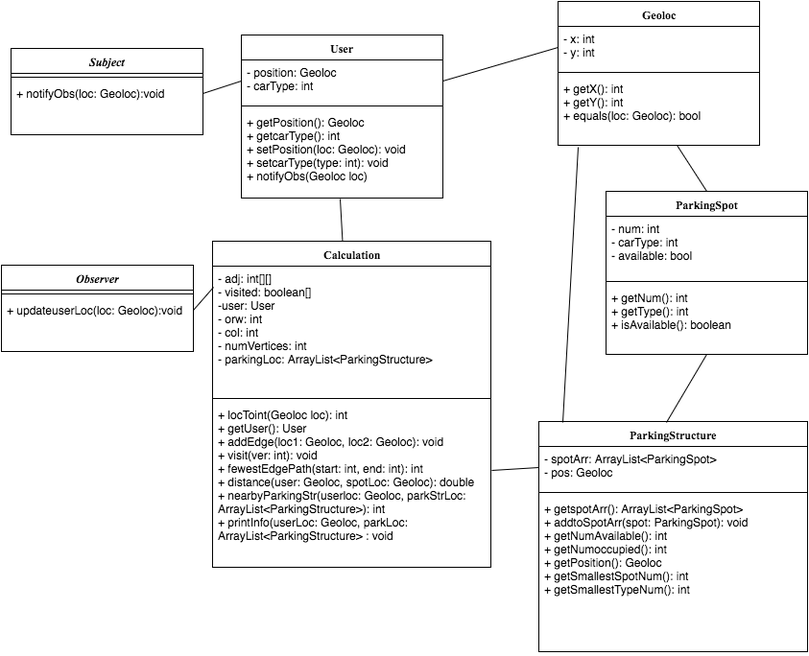
This is imagefiles/ObserverPattern.png from cpe305/fall2016-project-wenmin518, a draw.io export, as it was before one commit. Source tidied: cells renumbered, new cells last; positions are measured from the earlier drawing's top-left corner, leaving out a move shared by most shapes.
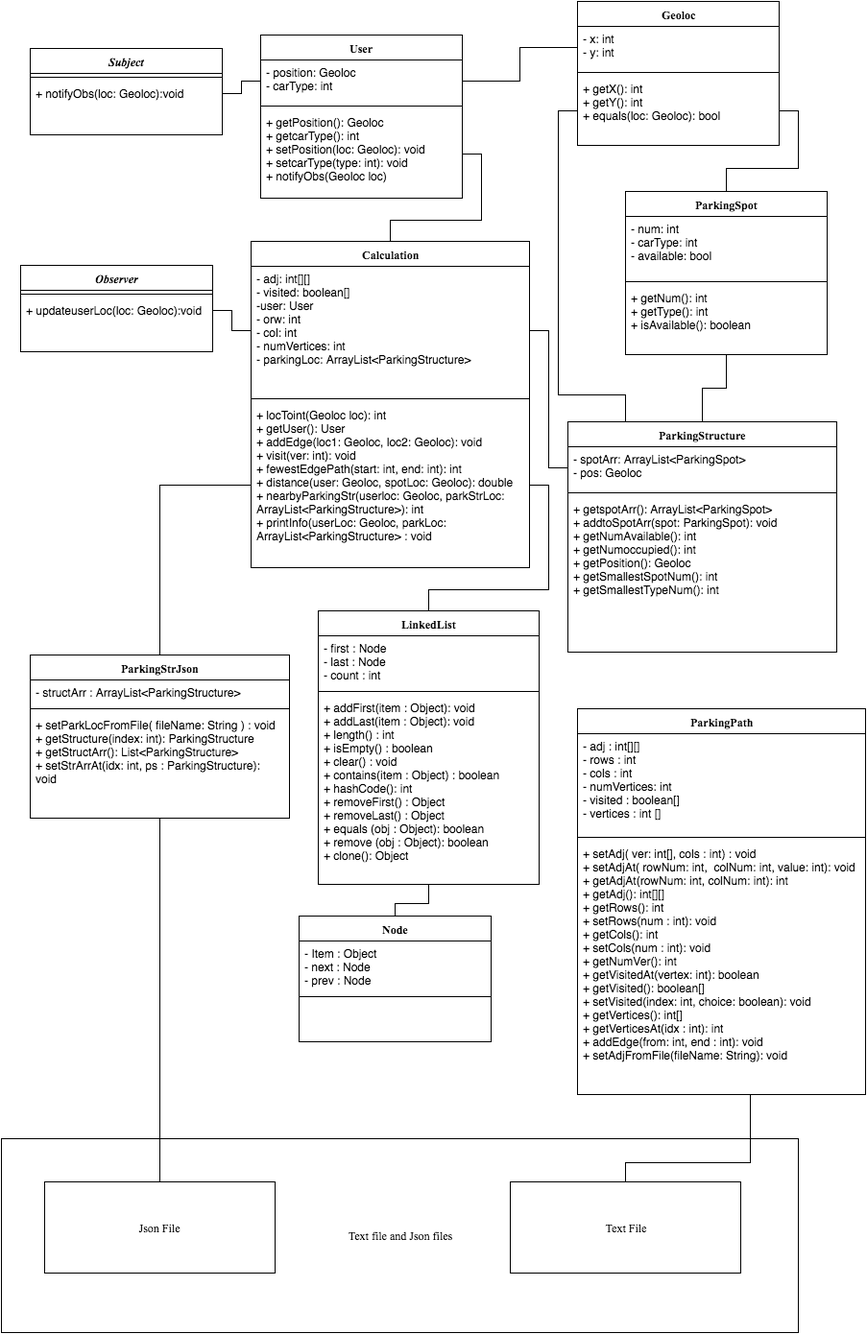
The same file after the commit.

Diff of the diagram source:
```diff
@@ -1,7 +1,10 @@
-<mxGraphModel background="#ffffff">
+<mxGraphModel>
   <root>
     <mxCell id="0" />
     <mxCell id="1" parent="0" />
+    <mxCell id="36" value="Text file and Json files" style="whiteSpace=wrap;html=1;rounded=0;shadow=0;fontFamily=Times New Roman;" parent="1" vertex="1">
+      <mxGeometry x="-20" y="1185" width="830" height="202" as="geometry" />
+    </mxCell>
     <mxCell id="2" value="&lt;i&gt;Subject&lt;/i&gt;" style="swimlane;html=1;fontStyle=1;align=center;verticalAlign=top;horizontal=1;startSize=26;swimlaneFillColor=#ffffff;rounded=0;shadow=0;strokeColor=#000000;fillColor=#ffffff;fontFamily=Times New Roman;" parent="1" vertex="1">
       <mxGeometry x="10" y="49" width="200" height="90" as="geometry" />
     </mxCell>
@@ -23,9 +26,6 @@
     <mxCell id="8" value="+ getPosition(): Geoloc&lt;div&gt;+ getcarType(): int&lt;/div&gt;&lt;div&gt;+ setPosition(loc: Geoloc): void&lt;/div&gt;&lt;div&gt;+ setcarType(type: int): void&lt;/div&gt;&lt;div&gt;&lt;span&gt;+ notifyObs(Geoloc &lt;/span&gt;&lt;span&gt;loc&lt;/span&gt;&lt;span&gt;)&lt;/span&gt;&lt;/div&gt;" style="text;html=1;strokeColor=none;fillColor=none;align=left;verticalAlign=top;spacingLeft=4;spacingRight=4;whiteSpace=wrap;overflow=hidden;points=[[0,0.5],[1,0.5]];portConstraint=eastwest;" parent="5" vertex="1">
       <mxGeometry y="78" width="210" height="92" as="geometry" />
     </mxCell>
-    <mxCell id="9" style="endArrow=none;html=1;fontFamily=Times New Roman;exitX=1;exitY=0.5;endFill=0;entryX=0;entryY=0.5;" parent="1" edge="1" source="4" target="6">
-      <mxGeometry relative="1" as="geometry" />
-    </mxCell>
     <mxCell id="10" value="&lt;i&gt;Observer&lt;/i&gt;" style="swimlane;html=1;fontStyle=1;align=center;verticalAlign=top;horizontal=1;startSize=26;swimlaneFillColor=#ffffff;rounded=0;shadow=0;strokeColor=#000000;fillColor=#ffffff;fontFamily=Times New Roman;" parent="1" vertex="1">
       <mxGeometry y="275" width="200" height="90" as="geometry" />
     </mxCell>
@@ -36,7 +36,7 @@
       <mxGeometry y="34" width="200" height="26" as="geometry" />
     </mxCell>
     <mxCell id="13" value="Calculation" style="swimlane;html=1;fontStyle=1;align=center;verticalAlign=top;horizontal=1;startSize=26;swimlaneFillColor=#ffffff;rounded=0;shadow=0;strokeColor=#000000;fillColor=#ffffff;fontFamily=Times New Roman;" parent="1" vertex="1">
-      <mxGeometry x="220" y="250" width="290" height="340" as="geometry" />
+      <mxGeometry x="240" y="250" width="290" height="340" as="geometry" />
     </mxCell>
     <mxCell id="14" value="- adj: int[][]&lt;div&gt;- visited: boolean[]&lt;/div&gt;&lt;div&gt;-user: User&lt;/div&gt;&lt;div&gt;- orw: int&lt;/div&gt;&lt;div&gt;- col: int&lt;/div&gt;&lt;div&gt;- numVertices: int&lt;/div&gt;&lt;div&gt;- parkingLoc: ArrayList&amp;lt;ParkingStructure&amp;gt;&lt;/div&gt;" style="text;html=1;strokeColor=none;fillColor=none;align=left;verticalAlign=top;spacingLeft=4;spacingRight=4;whiteSpace=wrap;overflow=hidden;points=[[0,0.5],[1,0.5]];portConstraint=eastwest;" parent="13" vertex="1">
       <mxGeometry y="26" width="290" height="134" as="geometry" />
@@ -47,9 +47,6 @@
     <mxCell id="16" value="+ locToint(Geoloc loc): int&lt;div&gt;+ getUser(): User&lt;/div&gt;&lt;div&gt;+ addEdge(loc1: Geoloc, loc2: Geoloc): void&lt;/div&gt;&lt;div&gt;+ visit(ver: int): void&lt;/div&gt;&lt;div&gt;+ fewestEdgePath(start: int, end: int): int&lt;/div&gt;&lt;div&gt;+ distance(user: Geoloc, spotLoc: Geoloc): double&lt;/div&gt;&lt;div&gt;+ nearbyParkingStr(userloc: Geoloc, parkStrLoc: ArrayList&amp;lt;ParkingStructure&amp;gt;): int&lt;/div&gt;&lt;div&gt;+ printInfo(userLoc: Geoloc, parkLoc: ArrayList&amp;lt;ParkingStructure&amp;gt; : void&lt;/div&gt;" style="text;html=1;strokeColor=none;fillColor=none;align=left;verticalAlign=top;spacingLeft=4;spacingRight=4;whiteSpace=wrap;overflow=hidden;points=[[0,0.5],[1,0.5]];portConstraint=eastwest;" parent="13" vertex="1">
       <mxGeometry y="168" width="290" height="172" as="geometry" />
     </mxCell>
-    <mxCell id="17" style="endArrow=none;html=1;fontFamily=Times New Roman;exitX=1;exitY=0.5;endFill=0;entryX=0.003;entryY=0.164;entryPerimeter=0;" parent="1" edge="1" source="12" target="14">
-      <mxGeometry x="230" y="207" as="geometry" />
-    </mxCell>
     <mxCell id="18" value="Geoloc" style="swimlane;html=1;fontStyle=1;align=center;verticalAlign=top;horizontal=1;startSize=26;swimlaneFillColor=#ffffff;rounded=0;shadow=0;strokeColor=#000000;fillColor=#ffffff;fontFamily=Times New Roman;" parent="1" vertex="1">
       <mxGeometry x="580" width="210" height="150" as="geometry" />
     </mxCell>
@@ -62,6 +59,9 @@
     <mxCell id="21" value="+ getX(): int&lt;div&gt;+ getY(): int&lt;/div&gt;&lt;div&gt;+ equals(loc: Geoloc): bool&lt;/div&gt;" style="text;html=1;strokeColor=none;fillColor=none;align=left;verticalAlign=top;spacingLeft=4;spacingRight=4;whiteSpace=wrap;overflow=hidden;points=[[0,0.5],[1,0.5]];portConstraint=eastwest;" parent="18" vertex="1">
       <mxGeometry y="78" width="210" height="72" as="geometry" />
     </mxCell>
+    <mxCell id="37" style="edgeStyle=orthogonalEdgeStyle;rounded=0;html=1;exitX=0.5;exitY=1;entryX=0.5;entryY=0;startArrow=none;startFill=0;endArrow=none;endFill=0;jettySize=auto;fontFamily=Times New Roman;" parent="1" edge="1" source="22" target="26">
+      <mxGeometry relative="1" as="geometry" />
+    </mxCell>
     <mxCell id="22" value="ParkingSpot" style="swimlane;html=1;fontStyle=1;align=center;verticalAlign=top;horizontal=1;startSize=26;swimlaneFillColor=#ffffff;rounded=0;shadow=0;strokeColor=#000000;fillColor=#ffffff;fontFamily=Times New Roman;" parent="1" vertex="1">
       <mxGeometry x="630" y="198" width="210" height="170" as="geometry" />
     </mxCell>
@@ -75,7 +75,7 @@
       <mxGeometry y="98" width="210" height="62" as="geometry" />
     </mxCell>
     <mxCell id="26" value="ParkingStructure" style="swimlane;html=1;fontStyle=1;align=center;verticalAlign=top;horizontal=1;startSize=26;swimlaneFillColor=#ffffff;rounded=0;shadow=0;strokeColor=#000000;fillColor=#ffffff;fontFamily=Times New Roman;" parent="1" vertex="1">
-      <mxGeometry x="560" y="438" width="280" height="240" as="geometry" />
+      <mxGeometry x="570" y="438" width="280" height="240" as="geometry" />
     </mxCell>
     <mxCell id="27" value="- spotArr: ArrayList&amp;lt;ParkingSpot&amp;gt;&lt;div&gt;- pos: Geoloc&lt;/div&gt;" style="text;html=1;strokeColor=none;fillColor=none;align=left;verticalAlign=top;spacingLeft=4;spacingRight=4;whiteSpace=wrap;overflow=hidden;points=[[0,0.5],[1,0.5]];portConstraint=eastwest;" parent="26" vertex="1">
       <mxGeometry y="26" width="280" height="44" as="geometry" />
@@ -86,23 +86,103 @@
     <mxCell id="29" value="+ getspotArr(): ArrayList&amp;lt;ParkingSpot&amp;gt;&lt;div&gt;+ addtoSpotArr(spot: ParkingSpot): void&lt;/div&gt;&lt;div&gt;+ getNumAvailable(): int&lt;/div&gt;&lt;div&gt;+ getNumoccupied(): int&lt;/div&gt;&lt;div&gt;+ getPosition(): Geoloc&lt;/div&gt;&lt;div&gt;+ getSmallestSpotNum(): int&lt;/div&gt;&lt;div&gt;+&amp;nbsp;&lt;span&gt;getSmallestTypeNum(): int&lt;/span&gt;&lt;/div&gt;" style="text;html=1;strokeColor=none;fillColor=none;align=left;verticalAlign=top;spacingLeft=4;spacingRight=4;whiteSpace=wrap;overflow=hidden;" parent="26" vertex="1">
       <mxGeometry y="78" width="280" height="162" as="geometry" />
     </mxCell>
+    <mxCell id="38" style="edgeStyle=orthogonalEdgeStyle;rounded=0;html=1;exitX=0.5;exitY=1;entryX=0.5;entryY=0;startArrow=none;startFill=0;endArrow=none;endFill=0;jettySize=auto;fontFamily=Times New Roman;" parent="1" edge="1" source="39" target="56">
+      <mxGeometry relative="1" as="geometry" />
+    </mxCell>
+    <mxCell id="39" value="ParkingStrJson" style="swimlane;html=1;fontStyle=1;align=center;verticalAlign=top;horizontal=1;startSize=26;swimlaneFillColor=#ffffff;rounded=0;shadow=0;fontFamily=Times New Roman;" parent="1" vertex="1">
+      <mxGeometry x="10" y="681" width="270" height="170" as="geometry" />
+    </mxCell>
+    <mxCell id="40" value="- structArr : ArrayList&amp;lt;ParkingStructure&amp;gt;" style="text;html=1;strokeColor=none;fillColor=none;align=left;verticalAlign=top;spacingLeft=4;spacingRight=4;whiteSpace=wrap;overflow=hidden;" parent="39" vertex="1">
+      <mxGeometry y="26" width="270" height="26" as="geometry" />
+    </mxCell>
+    <mxCell id="41" style="line;html=1;strokeWidth=1;fillColor=none;align=left;verticalAlign=middle;spacingTop=-1;spacingLeft=3;spacingRight=3;labelPosition=right;" parent="39" vertex="1">
+      <mxGeometry y="52" width="270" height="8" as="geometry" />
+    </mxCell>
+    <mxCell id="42" value="+ setParkLocFromFile( fileName: String ) : void&lt;div&gt;+ getStructure(index: int): ParkingStructure&lt;/div&gt;&lt;div&gt;+ getStructArr(): List&amp;lt;ParkingStructure&amp;gt;&lt;/div&gt;&lt;div&gt;+ setStrArrAt(idx: int, ps : ParkingStructure): void&lt;/div&gt;" style="text;html=1;strokeColor=none;fillColor=none;align=left;verticalAlign=top;spacingLeft=4;spacingRight=4;whiteSpace=wrap;overflow=hidden;" parent="39" vertex="1">
+      <mxGeometry y="60" width="270" height="90" as="geometry" />
+    </mxCell>
+    <mxCell id="43" style="edgeStyle=orthogonalEdgeStyle;rounded=0;html=1;exitX=0.5;exitY=1;entryX=0.5;entryY=0;startArrow=none;startFill=0;endArrow=none;endFill=0;jettySize=auto;fontFamily=Times New Roman;" parent="1" edge="1" source="44" target="48">
+      <mxGeometry relative="1" as="geometry" />
+    </mxCell>
+    <mxCell id="44" value="LinkedList" style="swimlane;html=1;fontStyle=1;align=center;verticalAlign=top;horizontal=1;startSize=26;swimlaneFillColor=#ffffff;rounded=0;shadow=0;fontFamily=Times New Roman;" parent="1" vertex="1">
+      <mxGeometry x="310" y="635" width="230" height="285" as="geometry" />
+    </mxCell>
+    <mxCell id="45" value="- first : Node&lt;div&gt;- last : Node&lt;/div&gt;&lt;div&gt;- count : int&lt;/div&gt;" style="text;html=1;strokeColor=none;fillColor=none;align=left;verticalAlign=top;spacingLeft=4;spacingRight=4;whiteSpace=wrap;overflow=hidden;" parent="44" vertex="1">
+      <mxGeometry y="26" width="230" height="54" as="geometry" />
+    </mxCell>
+    <mxCell id="46" style="line;html=1;strokeWidth=1;fillColor=none;align=left;verticalAlign=middle;spacingTop=-1;spacingLeft=3;spacingRight=3;labelPosition=right;" parent="44" vertex="1">
+      <mxGeometry y="80" width="230" height="8" as="geometry" />
+    </mxCell>
+    <mxCell id="47" value="+ addFirst(item : Object): void&lt;div&gt;+ addLast(item : Object): void&lt;/div&gt;&lt;div&gt;+ length() : int&lt;/div&gt;&lt;div&gt;+ isEmpty() : boolean&lt;/div&gt;&lt;div&gt;+ clear() : void&lt;/div&gt;&lt;div&gt;+ contains(item : Object) : boolean&lt;/div&gt;&lt;div&gt;+ hashCode(): int&lt;/div&gt;&lt;div&gt;+ removeFirst() : Object&lt;/div&gt;&lt;div&gt;+ removeLast() : Object&lt;/div&gt;&lt;div&gt;+ equals (obj : Object): boolean&lt;/div&gt;&lt;div&gt;+ remove (obj : Object): boolean&lt;/div&gt;&lt;div&gt;+ clone(): Object&lt;/div&gt;" style="text;html=1;strokeColor=none;fillColor=none;align=left;verticalAlign=top;spacingLeft=4;spacingRight=4;whiteSpace=wrap;overflow=hidden;" parent="44" vertex="1">
+      <mxGeometry y="88" width="230" height="182" as="geometry" />
+    </mxCell>
+    <mxCell id="48" value="Node" style="swimlane;html=1;fontStyle=1;align=center;verticalAlign=top;horizontal=1;startSize=26;swimlaneFillColor=#ffffff;rounded=0;shadow=0;fontFamily=Times New Roman;" parent="1" vertex="1">
+      <mxGeometry x="290" y="953" width="200" height="131" as="geometry" />
+    </mxCell>
+    <mxCell id="49" value="- Item : Object&lt;div&gt;- next : Node&lt;/div&gt;&lt;div&gt;- prev : Node&lt;/div&gt;" style="text;html=1;strokeColor=none;fillColor=none;align=left;verticalAlign=top;spacingLeft=4;spacingRight=4;whiteSpace=wrap;overflow=hidden;" parent="48" vertex="1">
+      <mxGeometry y="26" width="200" height="54" as="geometry" />
+    </mxCell>
+    <mxCell id="50" style="line;html=1;strokeWidth=1;fillColor=none;align=left;verticalAlign=middle;spacingTop=-1;spacingLeft=3;spacingRight=3;labelPosition=right;" parent="48" vertex="1">
+      <mxGeometry y="80" width="200" height="8" as="geometry" />
+    </mxCell>
+    <mxCell id="51" style="edgeStyle=orthogonalEdgeStyle;rounded=0;html=1;exitX=0;exitY=0.5;entryX=0.5;entryY=0;startArrow=none;startFill=0;endArrow=none;endFill=0;jettySize=auto;fontFamily=Times New Roman;" parent="1" edge="1" source="16" target="39">
+      <mxGeometry relative="1" as="geometry" />
+    </mxCell>
+    <mxCell id="52" style="edgeStyle=orthogonalEdgeStyle;rounded=0;html=1;exitX=1;exitY=0.5;entryX=0.5;entryY=0;startArrow=none;startFill=0;endArrow=none;endFill=0;jettySize=auto;fontFamily=Times New Roman;" parent="1" edge="1" source="16" target="44">
+      <mxGeometry relative="1" as="geometry" />
+    </mxCell>
+    <mxCell id="53" style="edgeStyle=orthogonalEdgeStyle;rounded=0;html=1;exitX=1;exitY=0.5;entryX=0;entryY=0.5;startArrow=none;startFill=0;endArrow=none;endFill=0;jettySize=auto;fontFamily=Times New Roman;" parent="1" edge="1" source="14" target="27">
+      <mxGeometry relative="1" as="geometry" />
+    </mxCell>
+    <mxCell id="54" style="edgeStyle=orthogonalEdgeStyle;rounded=0;html=1;exitX=0;exitY=0.5;entryX=0.25;entryY=0;startArrow=none;startFill=0;endArrow=none;endFill=0;jettySize=auto;fontFamily=Times New Roman;" parent="1" edge="1" source="21" target="26">
+      <mxGeometry relative="1" as="geometry">
+        <Array as="points">
+          <mxPoint x="560" y="114" />
+          <mxPoint x="560" y="410" />
+          <mxPoint x="630" y="410" />
+        </Array>
+      </mxGeometry>
+    </mxCell>
+    <mxCell id="55" style="edgeStyle=orthogonalEdgeStyle;rounded=0;html=1;exitX=1;exitY=0.5;startArrow=none;startFill=0;endArrow=none;endFill=0;jettySize=auto;fontFamily=Times New Roman;" parent="1" edge="1" source="21" target="22">
+      <mxGeometry relative="1" as="geometry" />
+    </mxCell>
-    <mxCell id="30" style="endArrow=none;html=1;fontFamily=Times New Roman;exitX=1;exitY=0.5;endFill=0;entryX=0;entryY=0.5;" parent="1" edge="1" source="6" target="19">
-      <mxGeometry x="230" y="144" as="geometry" />
+    <mxCell id="30" style="edgeStyle=orthogonalEdgeStyle;rounded=0;html=1;exitX=1;exitY=0.5;entryX=0;entryY=0.5;startArrow=none;startFill=0;endArrow=none;endFill=0;jettySize=auto;fontFamily=Times New Roman;" parent="1" edge="1" source="6" target="19">
+      <mxGeometry relative="1" as="geometry" />
     </mxCell>
-    <mxCell id="31" style="endArrow=none;html=1;fontFamily=Times New Roman;exitX=0.5;exitY=0;endFill=0;entryX=0.59;entryY=1;entryPerimeter=0;" parent="1" edge="1" source="22" target="21">
-      <mxGeometry x="240" y="154" as="geometry" />
-    </mxCell>
-    <mxCell id="32" style="endArrow=none;html=1;fontFamily=Times New Roman;exitX=0.089;exitY=0.004;endFill=0;entryX=0.1;entryY=1.028;exitPerimeter=0;entryPerimeter=0;" parent="1" edge="1" source="26" target="21">
-      <mxGeometry x="250" y="164" as="geometry" />
-    </mxCell>
-    <mxCell id="33" style="endArrow=none;html=1;fontFamily=Times New Roman;exitX=0.475;exitY=0.004;endFill=0;entryX=0.5;entryY=1;exitPerimeter=0;" parent="1" edge="1" source="26" target="22">
-      <mxGeometry x="260" y="174" as="geometry" />
-    </mxCell>
-    <mxCell id="34" style="endArrow=none;html=1;fontFamily=Times New Roman;exitX=0.49;exitY=1.011;endFill=0;exitPerimeter=0;" parent="1" edge="1" source="8" target="13">
-      <mxGeometry x="270" y="184" as="geometry" />
+    <mxCell id="34" style="edgeStyle=orthogonalEdgeStyle;rounded=0;html=1;exitX=1;exitY=0.5;entryX=0.5;entryY=0;startArrow=none;startFill=0;endArrow=none;endFill=0;jettySize=auto;fontFamily=Times New Roman;" parent="1" edge="1" source="8" target="13">
+      <mxGeometry relative="1" as="geometry" />
     </mxCell>
-    <mxCell id="35" style="endArrow=none;html=1;fontFamily=Times New Roman;exitX=1.003;exitY=0.413;endFill=0;entryX=0;entryY=0.5;exitPerimeter=0;" parent="1" edge="1" source="16" target="27">
-      <mxGeometry x="280" y="194" as="geometry" />
-    </mxCell>
+    <mxCell id="9" style="edgeStyle=orthogonalEdgeStyle;rounded=0;html=1;exitX=1;exitY=0.5;startArrow=none;startFill=0;endArrow=none;endFill=0;jettySize=auto;fontFamily=Times New Roman;" parent="1" edge="1" source="4" target="6">
+      <mxGeometry relative="1" as="geometry" />
+    </mxCell>
+    <mxCell id="17" style="edgeStyle=orthogonalEdgeStyle;rounded=0;html=1;exitX=1;exitY=0.5;entryX=0;entryY=0.5;startArrow=none;startFill=0;endArrow=none;endFill=0;jettySize=auto;fontFamily=Times New Roman;" parent="1" edge="1" source="12" target="14">
+      <mxGeometry relative="1" as="geometry" />
+    </mxCell>
+    <mxCell id="56" value="Json File" style="whiteSpace=wrap;html=1;rounded=0;shadow=0;fontFamily=Times New Roman;" parent="1" vertex="1">
+      <mxGeometry x="25" y="1230" width="240" height="95" as="geometry" />
+    </mxCell>
+    <mxCell id="57" value="Text File" style="whiteSpace=wrap;html=1;rounded=0;shadow=0;fontFamily=Times New Roman;" parent="1" vertex="1">
+      <mxGeometry x="510" y="1230" width="240" height="95" as="geometry" />
+    </mxCell>
+    <mxCell id="58" style="edgeStyle=orthogonalEdgeStyle;rounded=0;html=1;exitX=0.5;exitY=1;entryX=0.5;entryY=0;startArrow=none;startFill=0;endArrow=none;endFill=0;jettySize=auto;fontFamily=Times New Roman;" parent="1" edge="1" source="59" target="57">
+      <mxGeometry relative="1" as="geometry">
+        <Array as="points">
+          <mxPoint x="760" y="1210" />
+          <mxPoint x="630" y="1210" />
+        </Array>
+      </mxGeometry>
+    </mxCell>
+    <mxCell id="59" value="ParkingPath" style="swimlane;html=1;fontStyle=1;align=center;verticalAlign=top;horizontal=1;startSize=26;swimlaneFillColor=#ffffff;rounded=0;shadow=0;fontFamily=Times New Roman;" parent="1" vertex="1">
+      <mxGeometry x="580" y="737" width="300" height="402" as="geometry" />
+    </mxCell>
+    <mxCell id="60" value="- adj : int[][]&lt;div&gt;- rows : int&lt;/div&gt;&lt;div&gt;- cols : int&lt;/div&gt;&lt;div&gt;- numVertices: int&lt;/div&gt;&lt;div&gt;- visited : boolean[]&lt;/div&gt;&lt;div&gt;- vertices : int []&lt;/div&gt;&lt;div&gt;&lt;br&gt;&lt;/div&gt;" style="text;html=1;strokeColor=none;fillColor=none;align=left;verticalAlign=top;spacingLeft=4;spacingRight=4;whiteSpace=wrap;overflow=hidden;" parent="59" vertex="1">
+      <mxGeometry y="26" width="300" height="104" as="geometry" />
+    </mxCell>
+    <mxCell id="61" style="line;html=1;strokeWidth=1;fillColor=none;align=left;verticalAlign=middle;spacingTop=-1;spacingLeft=3;spacingRight=3;labelPosition=right;" parent="59" vertex="1">
+      <mxGeometry y="130" width="300" height="8" as="geometry" />
+    </mxCell>
+    <mxCell id="62" value="+ setAdj( ver: int[], cols : int) : void&lt;div&gt;+ setAdjAt( rowNum: int, &amp;nbsp;colNum: int, value: int): void&lt;/div&gt;&lt;div&gt;+ getAdjAt(rowNum: int, colNum: int): int&lt;/div&gt;&lt;div&gt;+ getAdj(): int[][]&lt;/div&gt;&lt;div&gt;+ getRows(): int&lt;/div&gt;&lt;div&gt;+ setRows(num : int): void&lt;/div&gt;&lt;div&gt;+ getCols(): int&lt;/div&gt;&lt;div&gt;+ setCols(num : int): void&lt;/div&gt;&lt;div&gt;+ getNumVer(): int&lt;/div&gt;&lt;div&gt;+ getVisitedAt(vertex: int): boolean&lt;/div&gt;&lt;div&gt;+ getVisited(): boolean[]&lt;/div&gt;&lt;div&gt;+ setVisited(index: int, choice: boolean): void&lt;/div&gt;&lt;div&gt;+ getVertices(): int[]&amp;nbsp;&lt;/div&gt;&lt;div&gt;+ getVerticesAt(idx : int): int&lt;/div&gt;&lt;div&gt;+ addEdge(from: int, end : int): void&lt;/div&gt;&lt;div&gt;+ setAdjFromFile(fileName: String): void&lt;/div&gt;&lt;div&gt;&lt;br&gt;&lt;/div&gt;" style="text;html=1;strokeColor=none;fillColor=none;align=left;verticalAlign=top;spacingLeft=4;spacingRight=4;whiteSpace=wrap;overflow=hidden;" parent="59" vertex="1">
+      <mxGeometry y="138" width="300" height="252" as="geometry" />
+    </mxCell>
   </root>
 </mxGraphModel>
```
